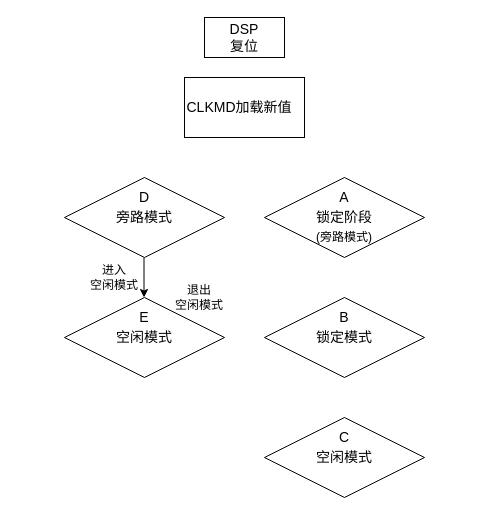
Above: page "Page-4" (4 of 4) of 5509a_pll.drawio in wangde99/robot (draw.io), before the change. Source tidied: cells renumbered, new cells numbered last; positions are measured from the earlier drawing's top-left corner, leaving out a move shared by most shapes. Both pictures are drawn from the tidied source at 100%, with x=0, y=0 at pixel (64, 17).
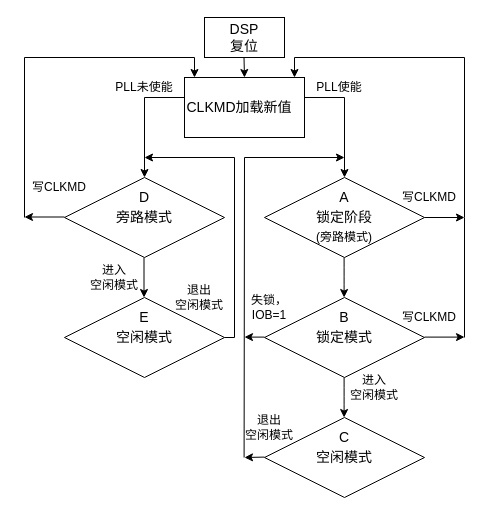
The same page after the edit.

The change refers to these unchanged cells:
```xml
<mxCell id="5" style="rhombus;whiteSpace=wrap;html=1;" parent="1" vertex="1">
  <mxGeometry y="160" width="160" height="80" as="geometry" />
</mxCell>
<mxCell id="8" style="rhombus;whiteSpace=wrap;html=1;" parent="1" vertex="1">
  <mxGeometry x="200" y="280" width="160" height="80" as="geometry" />
</mxCell>
```

The edit, as a diff of the source:
```diff
@@
+    <mxCell id="25" style="endArrow=classic;html=1;" parent="1" edge="1">
+      <mxGeometry relative="1" as="geometry">
+        <mxPoint x="179.5" y="40" as="sourcePoint" />
+        <mxPoint x="180" y="60" as="targetPoint" />
+      </mxGeometry>
+    </mxCell>
+    <mxCell id="26" style="endArrow=classic;html=1;" parent="1" edge="1">
+      <mxGeometry relative="1" as="geometry">
+        <mxPoint x="130" y="40" as="sourcePoint" />
+        <mxPoint x="130" y="60" as="targetPoint" />
+      </mxGeometry>
+    </mxCell>
+    <mxCell id="27" style="endArrow=classic;html=1;" parent="1" edge="1">
+      <mxGeometry relative="1" as="geometry">
+        <mxPoint x="230" y="40" as="sourcePoint" />
+        <mxPoint x="230" y="60" as="targetPoint" />
+      </mxGeometry>
+    </mxCell>
+    <mxCell id="28" style="endArrow=classic;html=1;" parent="1" edge="1">
+      <mxGeometry relative="1" as="geometry">
+        <mxPoint y="199.5" as="sourcePoint" />
+        <mxPoint x="-40" y="199.5" as="targetPoint" />
+      </mxGeometry>
+    </mxCell>
+    <mxCell id="29" style="endArrow=none;html=1;" parent="1" edge="1">
+      <mxGeometry relative="1" as="geometry">
+        <mxPoint x="-40" y="200" as="sourcePoint" />
+        <mxPoint x="-40" y="40" as="targetPoint" />
+      </mxGeometry>
+    </mxCell>
+    <mxCell id="30" style="endArrow=none;html=1;" parent="1" edge="1">
+      <mxGeometry relative="1" as="geometry">
+        <mxPoint x="-40" y="40" as="sourcePoint" />
+        <mxPoint x="130" y="40" as="targetPoint" />
+      </mxGeometry>
+    </mxCell>
+    <mxCell id="31" style="endArrow=classic;html=1;" parent="1" edge="1">
+      <mxGeometry relative="1" as="geometry">
+        <mxPoint x="360" y="200" as="sourcePoint" />
+        <mxPoint x="400" y="200" as="targetPoint" />
+      </mxGeometry>
+    </mxCell>
+    <mxCell id="32" style="endArrow=none;html=1;" parent="1" edge="1">
+      <mxGeometry relative="1" as="geometry">
+        <mxPoint x="400" y="200" as="sourcePoint" />
+        <mxPoint x="400" y="40" as="targetPoint" />
+      </mxGeometry>
+    </mxCell>
+    <mxCell id="33" style="endArrow=none;html=1;" parent="1" edge="1">
+      <mxGeometry relative="1" as="geometry">
+        <mxPoint x="230" y="40" as="sourcePoint" />
+        <mxPoint x="400" y="40" as="targetPoint" />
+      </mxGeometry>
+    </mxCell>
+    <mxCell id="34" value="&lt;font style=&quot;font-size: 12px&quot;&gt;写CLKMD&lt;/font&gt;" style="text;html=1;strokeColor=none;fillColor=none;align=center;verticalAlign=middle;whiteSpace=wrap;rounded=0;" parent="1" vertex="1">
+      <mxGeometry x="-40" y="160" width="70" height="20" as="geometry" />
+    </mxCell>
+    <mxCell id="35" value="&lt;font style=&quot;font-size: 12px&quot;&gt;写CLKMD&lt;/font&gt;" style="text;html=1;strokeColor=none;fillColor=none;align=center;verticalAlign=middle;whiteSpace=wrap;rounded=0;" parent="1" vertex="1">
+      <mxGeometry x="330" y="290" width="70" height="20" as="geometry" />
+    </mxCell>
+    <mxCell id="36" style="endArrow=classic;html=1;" parent="1" edge="1" target="8">
+      <mxGeometry relative="1" as="geometry">
+        <mxPoint x="200" y="320" as="sourcePoint" />
+      </mxGeometry>
+    </mxCell>
+    <mxCell id="37" style="endArrow=classic;html=1;" parent="1" edge="1">
+      <mxGeometry relative="1" as="geometry">
+        <mxPoint x="279.6" y="360" as="sourcePoint" />
+        <mxPoint x="279.6" y="400" as="targetPoint" />
+        <Array as="points">
+          <mxPoint x="279.6" y="380" />
+        </Array>
+      </mxGeometry>
+    </mxCell>
+    <mxCell id="38" style="endArrow=classic;html=1;" parent="1" edge="1">
+      <mxGeometry relative="1" as="geometry">
+        <mxPoint x="279.6" y="240" as="sourcePoint" />
+        <mxPoint x="279.6" y="280" as="targetPoint" />
+        <Array as="points">
+          <mxPoint x="279.6" y="260" />
+        </Array>
+      </mxGeometry>
+    </mxCell>
+    <mxCell id="39" style="endArrow=classic;html=1;" parent="1" edge="1">
+      <mxGeometry relative="1" as="geometry">
+        <mxPoint x="360" y="319.6" as="sourcePoint" />
+        <mxPoint x="400" y="319.6" as="targetPoint" />
+      </mxGeometry>
+    </mxCell>
+    <mxCell id="40" style="endArrow=none;html=1;" parent="1" edge="1">
+      <mxGeometry relative="1" as="geometry">
+        <mxPoint x="400" y="320" as="sourcePoint" />
+        <mxPoint x="400" y="200" as="targetPoint" />
+      </mxGeometry>
+    </mxCell>
+    <mxCell id="41" value="进入&lt;br&gt;空闲模式" style="text;html=1;strokeColor=none;fillColor=none;align=center;verticalAlign=middle;whiteSpace=wrap;rounded=0;" parent="1" vertex="1">
+      <mxGeometry x="280" y="360" width="60" height="20" as="geometry" />
+    </mxCell>
+    <mxCell id="42" style="endArrow=classic;html=1;entryX=0.5;entryY=0;entryDx=0;entryDy=0;jumpSize=6;rounded=0;" parent="1" edge="1" target="5">
+      <mxGeometry relative="1" as="geometry">
+        <mxPoint x="120" y="80" as="sourcePoint" />
+        <Array as="points">
+          <mxPoint x="80" y="80" />
+        </Array>
+      </mxGeometry>
+    </mxCell>
+    <mxCell id="43" style="endArrow=none;html=1;" parent="1" edge="1">
+      <mxGeometry relative="1" as="geometry">
+        <mxPoint x="160" y="320" as="sourcePoint" />
+        <mxPoint x="170" y="320" as="targetPoint" />
+      </mxGeometry>
+    </mxCell>
+    <mxCell id="44" style="endArrow=none;html=1;" parent="1" edge="1">
+      <mxGeometry relative="1" as="geometry">
+        <mxPoint x="170" y="320" as="sourcePoint" />
+        <mxPoint x="170" y="140" as="targetPoint" />
+      </mxGeometry>
+    </mxCell>
+    <mxCell id="45" style="endArrow=classic;html=1;" parent="1" edge="1">
+      <mxGeometry relative="1" as="geometry">
+        <mxPoint x="170" y="140" as="sourcePoint" />
+        <mxPoint x="80" y="140" as="targetPoint" />
+      </mxGeometry>
+    </mxCell>
+    <mxCell id="46" style="endArrow=classic;html=1;" parent="1" edge="1">
+      <mxGeometry relative="1" as="geometry">
+        <mxPoint x="200" y="439.6" as="sourcePoint" />
+        <mxPoint x="180" y="440" as="targetPoint" />
+      </mxGeometry>
+    </mxCell>
+    <mxCell id="47" style="endArrow=none;html=1;" parent="1" edge="1">
+      <mxGeometry relative="1" as="geometry">
+        <mxPoint x="179.6" y="440" as="sourcePoint" />
+        <mxPoint x="180" y="140" as="targetPoint" />
+      </mxGeometry>
+    </mxCell>
+    <mxCell id="48" style="endArrow=classic;html=1;" parent="1" edge="1">
+      <mxGeometry relative="1" as="geometry">
+        <mxPoint x="180" y="140" as="sourcePoint" />
+        <mxPoint x="280" y="140" as="targetPoint" />
+      </mxGeometry>
+    </mxCell>
+    <mxCell id="49" style="endArrow=classic;html=1;rounded=0;" parent="1" edge="1">
+      <mxGeometry relative="1" as="geometry">
+        <mxPoint x="240" y="80" as="sourcePoint" />
+        <mxPoint x="280" y="160" as="targetPoint" />
+        <Array as="points">
+          <mxPoint x="280" y="80" />
+        </Array>
+      </mxGeometry>
+    </mxCell>
+    <mxCell id="50" value="&lt;font style=&quot;font-size: 12px&quot;&gt;PLL未使能&lt;/font&gt;" style="text;html=1;strokeColor=none;fillColor=none;align=center;verticalAlign=middle;whiteSpace=wrap;rounded=0;" parent="1" vertex="1">
+      <mxGeometry x="45" y="60" width="70" height="20" as="geometry" />
+    </mxCell>
+    <mxCell id="51" value="&lt;font style=&quot;font-size: 12px&quot;&gt;PLL使能&lt;/font&gt;" style="text;html=1;strokeColor=none;fillColor=none;align=center;verticalAlign=middle;whiteSpace=wrap;rounded=0;" parent="1" vertex="1">
+      <mxGeometry x="240" y="60" width="70" height="20" as="geometry" />
+    </mxCell>
+    <mxCell id="52" value="退出&lt;br&gt;空闲模式" style="text;html=1;strokeColor=none;fillColor=none;align=center;verticalAlign=middle;whiteSpace=wrap;rounded=0;" parent="1" vertex="1">
+      <mxGeometry x="180" y="400" width="50" height="20" as="geometry" />
+    </mxCell>
+    <mxCell id="53" value="&lt;font style=&quot;font-size: 12px&quot;&gt;写CLKMD&lt;/font&gt;" style="text;html=1;strokeColor=none;fillColor=none;align=center;verticalAlign=middle;whiteSpace=wrap;rounded=0;" parent="1" vertex="1">
+      <mxGeometry x="330" y="170" width="70" height="20" as="geometry" />
+    </mxCell>
+    <mxCell id="54" style="endArrow=classic;html=1;" parent="1" edge="1">
+      <mxGeometry relative="1" as="geometry">
+        <mxPoint x="200" y="319.6" as="sourcePoint" />
+        <mxPoint x="180" y="319.6" as="targetPoint" />
+      </mxGeometry>
+    </mxCell>
+    <mxCell id="55" value="失锁，IOB=1" style="text;html=1;strokeColor=none;fillColor=none;align=center;verticalAlign=middle;whiteSpace=wrap;rounded=0;" parent="1" vertex="1">
+      <mxGeometry x="185" y="280" width="40" height="20" as="geometry" />
+    </mxCell>
```
